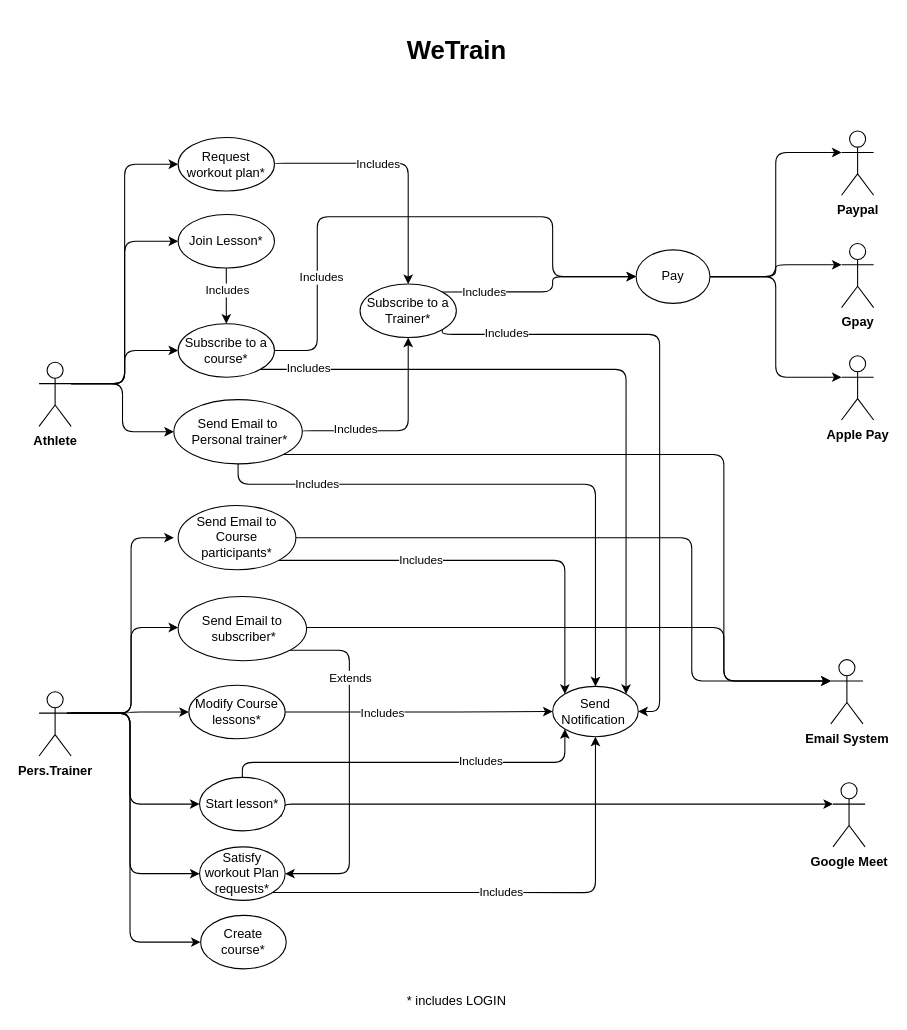
This is UCdiagram.drawio from Bobbarello00/WeTrain, a draw.io file, before an edit. Source tidied: cells renumbered, new cells numbered last; positions are measured from the earlier drawing's top-left corner, leaving out a move shared by most shapes. Both pictures are drawn from the tidied source at 107%, with x=0, y=0 at pixel (39, 24).
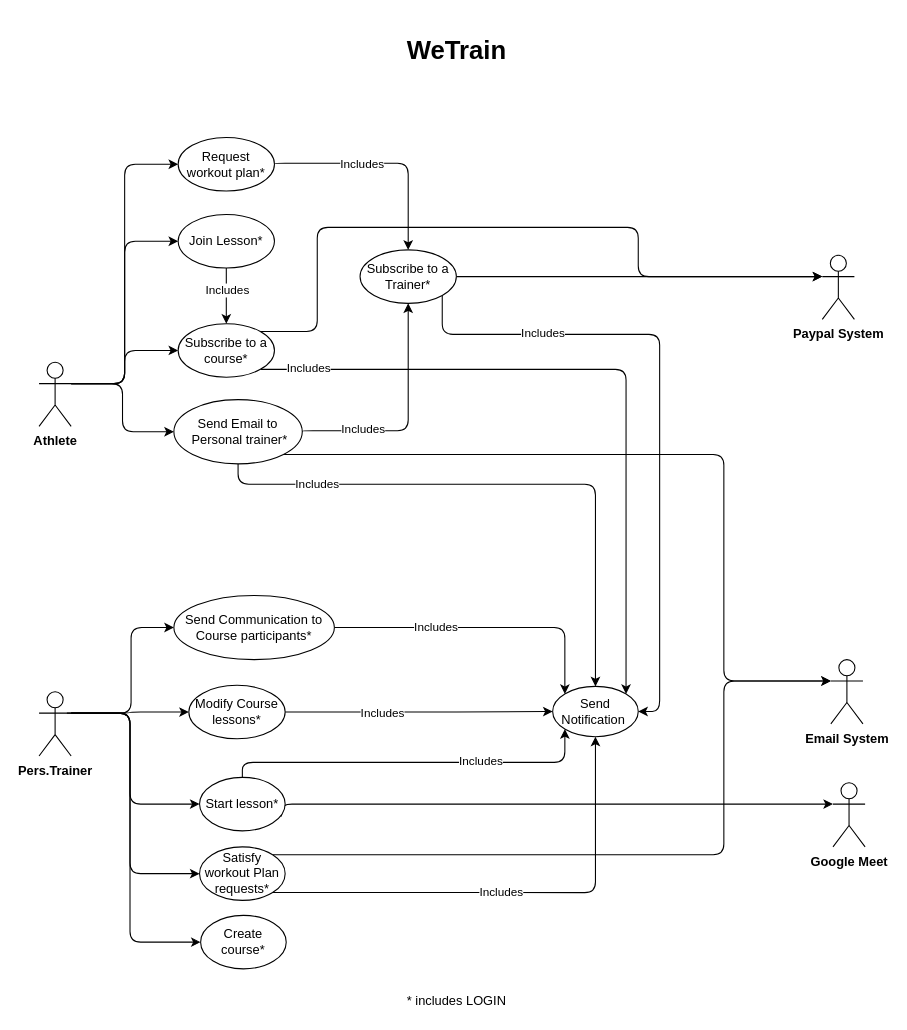
Above is the later version.

The change refers to these unchanged cells:
```xml
<mxCell id="24" value="Send Notification&amp;nbsp;" style="ellipse;whiteSpace=wrap;html=1;rounded=1;" parent="1" vertex="1">
  <mxGeometry x="480" y="619" width="80" height="47" as="geometry" />
</mxCell>
<mxCell id="28" style="edgeStyle=orthogonalEdgeStyle;rounded=1;jettySize=auto;html=1;exitX=0.5;exitY=1;exitDx=0;exitDy=0;entryX=0.5;entryY=0;entryDx=0;entryDy=0;" parent="1" edge="1" source="30" target="24">
  <mxGeometry relative="1" as="geometry">
    <Array as="points">
      <mxPoint x="186" y="430" />
      <mxPoint x="520" y="430" />
    </Array>
  </mxGeometry>
</mxCell>
<mxCell id="38" value="Satisfy workout Plan requests*" style="ellipse;whiteSpace=wrap;html=1;rounded=1;" parent="1" vertex="1">
  <mxGeometry x="150" y="769" width="80" height="50" as="geometry" />
</mxCell>
<mxCell id="47" value="&lt;b&gt;Email System&lt;br&gt;&lt;/b&gt;" style="shape=umlActor;verticalLabelPosition=bottom;verticalAlign=top;html=1;outlineConnect=0;rounded=1;" parent="1" vertex="1">
  <mxGeometry x="740" y="594" width="30" height="60" as="geometry" />
</mxCell>
<mxCell id="50" style="edgeStyle=orthogonalEdgeStyle;rounded=1;jettySize=auto;html=1;exitX=1;exitY=1;exitDx=0;exitDy=0;entryX=1;entryY=0;entryDx=0;entryDy=0;" parent="1" edge="1" source="52" target="24">
  <mxGeometry relative="1" as="geometry" />
</mxCell>
<mxCell id="52" value="Subscribe to a course*" style="ellipse;whiteSpace=wrap;html=1;rounded=1;" parent="1" vertex="1">
  <mxGeometry x="130" y="280" width="90" height="50" as="geometry" />
</mxCell>
<mxCell id="53" style="edgeStyle=orthogonalEdgeStyle;rounded=1;jettySize=auto;html=1;exitX=1;exitY=1;exitDx=0;exitDy=0;entryX=1;entryY=0.5;entryDx=0;entryDy=0;" parent="1" edge="1" source="55" target="24">
  <mxGeometry relative="1" as="geometry">
    <Array as="points">
      <mxPoint x="377" y="290" />
      <mxPoint x="580" y="290" />
      <mxPoint x="580" y="643" />
    </Array>
  </mxGeometry>
</mxCell>
```

What changed in the source:
```diff
@@
-    <mxCell id="11" style="edgeStyle=orthogonalEdgeStyle;rounded=1;orthogonalLoop=1;jettySize=auto;html=1;exitX=1;exitY=0.3333333333333333;exitDx=0;exitDy=0;exitPerimeter=0;entryX=0;entryY=0.5;entryDx=0;entryDy=0;" parent="1" edge="1">
-      <mxGeometry relative="1" as="geometry">
-        <mxPoint x="26" y="644" as="sourcePoint" />
-        <mxPoint x="130" y="564" as="targetPoint" />
-        <Array as="points">
-          <mxPoint x="86" y="644" />
-          <mxPoint x="86" y="564" />
-        </Array>
-      </mxGeometry>
-    </mxCell>
-    <mxCell id="12" style="edgeStyle=orthogonalEdgeStyle;rounded=1;orthogonalLoop=1;jettySize=auto;html=1;exitX=1;exitY=0.3333333333333333;exitDx=0;exitDy=0;exitPerimeter=0;entryX=0;entryY=0.5;entryDx=0;entryDy=0;" parent="1" edge="1">
+    <mxCell id="12" style="edgeStyle=orthogonalEdgeStyle;rounded=1;jettySize=auto;html=1;exitX=1;exitY=0.3333333333333333;exitDx=0;exitDy=0;exitPerimeter=0;entryX=0;entryY=0.5;entryDx=0;entryDy=0;" parent="1" edge="1" target="63">
       <mxGeometry relative="1" as="geometry">
         <mxPoint x="26" y="644" as="sourcePoint" />
-        <mxPoint x="126" y="480" as="targetPoint" />
         <Array as="points">
           <mxPoint x="86" y="644" />
-          <mxPoint x="86" y="480" />
+          <mxPoint x="86" y="564" />
         </Array>
       </mxGeometry>
     </mxCell>
@@
-    <mxCell id="14" value="&lt;b&gt;Paypal&lt;/b&gt;" style="shape=umlActor;verticalLabelPosition=bottom;verticalAlign=top;html=1;outlineConnect=0;rounded=1;" parent="1" vertex="1">
-      <mxGeometry x="750" y="100" width="30" height="60" as="geometry" />
+    <mxCell id="14" value="&lt;b&gt;Paypal System&lt;br&gt;&lt;br&gt;&lt;/b&gt;" style="shape=umlActor;verticalLabelPosition=bottom;verticalAlign=top;html=1;outlineConnect=0;rounded=1;" parent="1" vertex="1">
+      <mxGeometry x="732" y="216" width="30" height="60" as="geometry" />
     </mxCell>
-    <mxCell id="15" value="&lt;b&gt;Gpay&lt;/b&gt;" style="shape=umlActor;verticalLabelPosition=bottom;verticalAlign=top;html=1;outlineConnect=0;rounded=1;" parent="1" vertex="1">
-      <mxGeometry x="750" y="205" width="30" height="60" as="geometry" />
-    </mxCell>
@@
-    <mxCell id="29" value="Includes" style="edgeLabel;html=1;align=center;verticalAlign=middle;" parent="28" vertex="1">
+    <mxCell id="29" value="Includes" style="edgeLabel;html=1;align=center;verticalAlign=middle;rounded=1;" parent="28" vertex="1">
       <mxGeometry x="-0.66" y="1" relative="1" as="geometry" />
     </mxCell>
@@
-    <mxCell id="31" style="edgeStyle=orthogonalEdgeStyle;rounded=1;jettySize=auto;html=1;exitX=1;exitY=0;exitDx=0;exitDy=0;entryX=0;entryY=0.5;entryDx=0;entryDy=0;" parent="1" edge="1" source="55" target="42">
-      <mxGeometry relative="1" as="geometry">
-        <Array as="points">
-          <mxPoint x="480" y="250" />
-          <mxPoint x="480" y="236" />
-        </Array>
-      </mxGeometry>
-    </mxCell>
-    <mxCell id="32" value="Includes" style="edgeLabel;html=1;align=center;verticalAlign=middle;rounded=1;" parent="31" vertex="1">
-      <mxGeometry x="-0.76" relative="1" as="geometry">
-        <mxPoint x="16" as="offset" />
-      </mxGeometry>
-    </mxCell>
@@
+    <mxCell id="67" style="edgeStyle=orthogonalEdgeStyle;rounded=1;jettySize=auto;html=1;exitX=1;exitY=0;exitDx=0;exitDy=0;entryX=0;entryY=0.3333333333333333;entryDx=0;entryDy=0;entryPerimeter=0;" parent="1" edge="1" source="38" target="47">
+      <mxGeometry relative="1" as="geometry">
+        <Array as="points">
+          <mxPoint x="640" y="776" />
+          <mxPoint x="640" y="614" />
+        </Array>
+      </mxGeometry>
+    </mxCell>
@@
-    <mxCell id="39" style="edgeStyle=orthogonalEdgeStyle;rounded=1;jettySize=auto;html=1;exitX=1;exitY=0.5;exitDx=0;exitDy=0;entryX=0;entryY=0.3333333333333333;entryDx=0;entryDy=0;entryPerimeter=0;" parent="1" edge="1" source="42" target="14">
-      <mxGeometry relative="1" as="geometry" />
-    </mxCell>
-    <mxCell id="40" style="edgeStyle=orthogonalEdgeStyle;rounded=1;jettySize=auto;html=1;exitX=1;exitY=0.5;exitDx=0;exitDy=0;entryX=0;entryY=0.3333333333333333;entryDx=0;entryDy=0;entryPerimeter=0;" parent="1" edge="1" source="42" target="15">
-      <mxGeometry relative="1" as="geometry" />
-    </mxCell>
-    <mxCell id="41" style="edgeStyle=orthogonalEdgeStyle;rounded=1;jettySize=auto;html=1;exitX=1;exitY=0.5;exitDx=0;exitDy=0;entryX=0;entryY=0.3333333333333333;entryDx=0;entryDy=0;entryPerimeter=0;" parent="1" edge="1" source="42" target="43">
-      <mxGeometry relative="1" as="geometry" />
-    </mxCell>
-    <mxCell id="42" value="Pay" style="ellipse;whiteSpace=wrap;html=1;rounded=1;" parent="1" vertex="1">
-      <mxGeometry x="558" y="211" width="69" height="50" as="geometry" />
-    </mxCell>
-    <mxCell id="43" value="&lt;b&gt;Apple Pay&lt;/b&gt;" style="shape=umlActor;verticalLabelPosition=bottom;verticalAlign=top;html=1;outlineConnect=0;rounded=1;" parent="1" vertex="1">
-      <mxGeometry x="750" y="310" width="30" height="60" as="geometry" />
-    </mxCell>
@@
-    <mxCell id="48" style="edgeStyle=orthogonalEdgeStyle;rounded=1;jettySize=auto;html=1;entryX=0;entryY=0.5;entryDx=0;entryDy=0;" parent="1" edge="1" source="52" target="42">
-      <mxGeometry relative="1" as="geometry">
-        <Array as="points">
-          <mxPoint x="260" y="305" />
-          <mxPoint x="260" y="180" />
-          <mxPoint x="480" y="180" />
-          <mxPoint x="480" y="236" />
-        </Array>
-      </mxGeometry>
-    </mxCell>
-    <mxCell id="49" value="Includes" style="edgeLabel;html=1;align=center;verticalAlign=middle;rounded=1;" parent="48" vertex="1">
-      <mxGeometry x="-0.59" y="-3" relative="1" as="geometry">
-        <mxPoint y="-3" as="offset" />
-      </mxGeometry>
-    </mxCell>
@@
-    <mxCell id="51" value="Includes" style="edgeLabel;html=1;align=center;verticalAlign=middle;" parent="50" vertex="1">
+    <mxCell id="51" value="Includes" style="edgeLabel;html=1;align=center;verticalAlign=middle;rounded=1;" parent="50" vertex="1">
       <mxGeometry x="-0.86" y="3" relative="1" as="geometry">
         <mxPoint y="2" as="offset" />
       </mxGeometry>
     </mxCell>
+    <mxCell id="68" style="edgeStyle=orthogonalEdgeStyle;rounded=1;jettySize=auto;html=1;exitX=1;exitY=0;exitDx=0;exitDy=0;entryX=0;entryY=0.3333333333333333;entryDx=0;entryDy=0;entryPerimeter=0;" parent="1" edge="1" source="52" target="14">
+      <mxGeometry relative="1" as="geometry">
+        <Array as="points">
+          <mxPoint x="260" y="287" />
+          <mxPoint x="260" y="190" />
+          <mxPoint x="560" y="190" />
+          <mxPoint x="560" y="236" />
+        </Array>
+      </mxGeometry>
+    </mxCell>
@@
-    <mxCell id="54" value="Includes" style="edgeLabel;html=1;align=center;verticalAlign=middle;" parent="53" vertex="1">
-      <mxGeometry x="-0.78" y="2" relative="1" as="geometry" />
+    <mxCell id="54" value="Includes" style="edgeLabel;html=1;align=center;verticalAlign=middle;rounded=1;" parent="53" vertex="1">
+      <mxGeometry x="-0.78" y="2" relative="1" as="geometry">
+        <mxPoint x="63" as="offset" />
+      </mxGeometry>
     </mxCell>
+    <mxCell id="69" style="edgeStyle=orthogonalEdgeStyle;rounded=1;jettySize=auto;html=1;exitX=1;exitY=0.5;exitDx=0;exitDy=0;entryX=0;entryY=0.3333333333333333;entryDx=0;entryDy=0;entryPerimeter=0;" parent="1" edge="1" source="55" target="14">
+      <mxGeometry relative="1" as="geometry" />
+    </mxCell>
     <mxCell id="55" value="Subscribe to a Trainer*" style="ellipse;whiteSpace=wrap;html=1;rounded=1;" parent="1" vertex="1">
-      <mxGeometry x="300" y="243" width="90" height="50" as="geometry" />
+      <mxGeometry x="300" y="211" width="90" height="50" as="geometry" />
     </mxCell>
-    <mxCell id="56" style="edgeStyle=orthogonalEdgeStyle;rounded=1;jettySize=auto;html=1;exitX=1;exitY=0.5;exitDx=0;exitDy=0;entryX=0;entryY=0.3333333333333333;entryDx=0;entryDy=0;entryPerimeter=0;" parent="1" edge="1" target="47">
-      <mxGeometry relative="1" as="geometry">
-        <mxPoint x="250" y="564" as="sourcePoint" />
-        <Array as="points">
-          <mxPoint x="640" y="564" />
-          <mxPoint x="640" y="614" />
-        </Array>
-      </mxGeometry>
-    </mxCell>
-    <mxCell id="57" style="edgeStyle=orthogonalEdgeStyle;rounded=1;jettySize=auto;html=1;exitX=1;exitY=1;exitDx=0;exitDy=0;entryX=1;entryY=0.5;entryDx=0;entryDy=0;" parent="1" edge="1" target="38">
-      <mxGeometry relative="1" as="geometry">
-        <mxPoint x="232.4" y="585.2" as="sourcePoint" />
-        <Array as="points">
-          <mxPoint x="290" y="585" />
-          <mxPoint x="290" y="794" />
-        </Array>
-      </mxGeometry>
-    </mxCell>
-    <mxCell id="58" value="Extends" style="edgeLabel;html=1;align=center;verticalAlign=middle;rounded=1;" parent="57" vertex="1">
-      <mxGeometry x="-0.49" relative="1" as="geometry" />
-    </mxCell>
-    <mxCell id="59" value="Send Email to&lt;br&gt;&amp;nbsp;subscriber*" style="ellipse;whiteSpace=wrap;html=1;rounded=1;" parent="1" vertex="1">
-      <mxGeometry x="130" y="535" width="120" height="60" as="geometry" />
-    </mxCell>
-    <mxCell id="60" style="edgeStyle=orthogonalEdgeStyle;rounded=1;jettySize=auto;html=1;exitX=1;exitY=1;exitDx=0;exitDy=0;entryX=0;entryY=0;entryDx=0;entryDy=0;" parent="1" edge="1" source="63" target="24">
+    <mxCell id="60" style="edgeStyle=orthogonalEdgeStyle;rounded=1;jettySize=auto;html=1;exitX=1;exitY=0.5;exitDx=0;exitDy=0;entryX=0;entryY=0;entryDx=0;entryDy=0;" parent="1" edge="1" source="63" target="24">
       <mxGeometry relative="1" as="geometry">
         <Array as="points">
-          <mxPoint x="491" y="501" />
+          <mxPoint x="491" y="564" />
         </Array>
       </mxGeometry>
     </mxCell>
@@
-    <mxCell id="62" style="edgeStyle=orthogonalEdgeStyle;rounded=1;jettySize=auto;html=1;exitX=1;exitY=0.5;exitDx=0;exitDy=0;entryX=0;entryY=0.3333333333333333;entryDx=0;entryDy=0;entryPerimeter=0;" parent="1" edge="1" source="63" target="47">
-      <mxGeometry relative="1" as="geometry">
-        <Array as="points">
-          <mxPoint x="610" y="480" />
-          <mxPoint x="610" y="614" />
-        </Array>
-      </mxGeometry>
-    </mxCell>
-    <mxCell id="63" value="Send Email to Course participants*" style="ellipse;whiteSpace=wrap;html=1;rounded=1;" parent="1" vertex="1">
-      <mxGeometry x="130" y="450" width="110" height="60" as="geometry" />
+    <mxCell id="63" value="Send Communication to Course participants*" style="ellipse;whiteSpace=wrap;html=1;rounded=1;" parent="1" vertex="1">
+      <mxGeometry x="126" y="534" width="150" height="60" as="geometry" />
     </mxCell>
```
